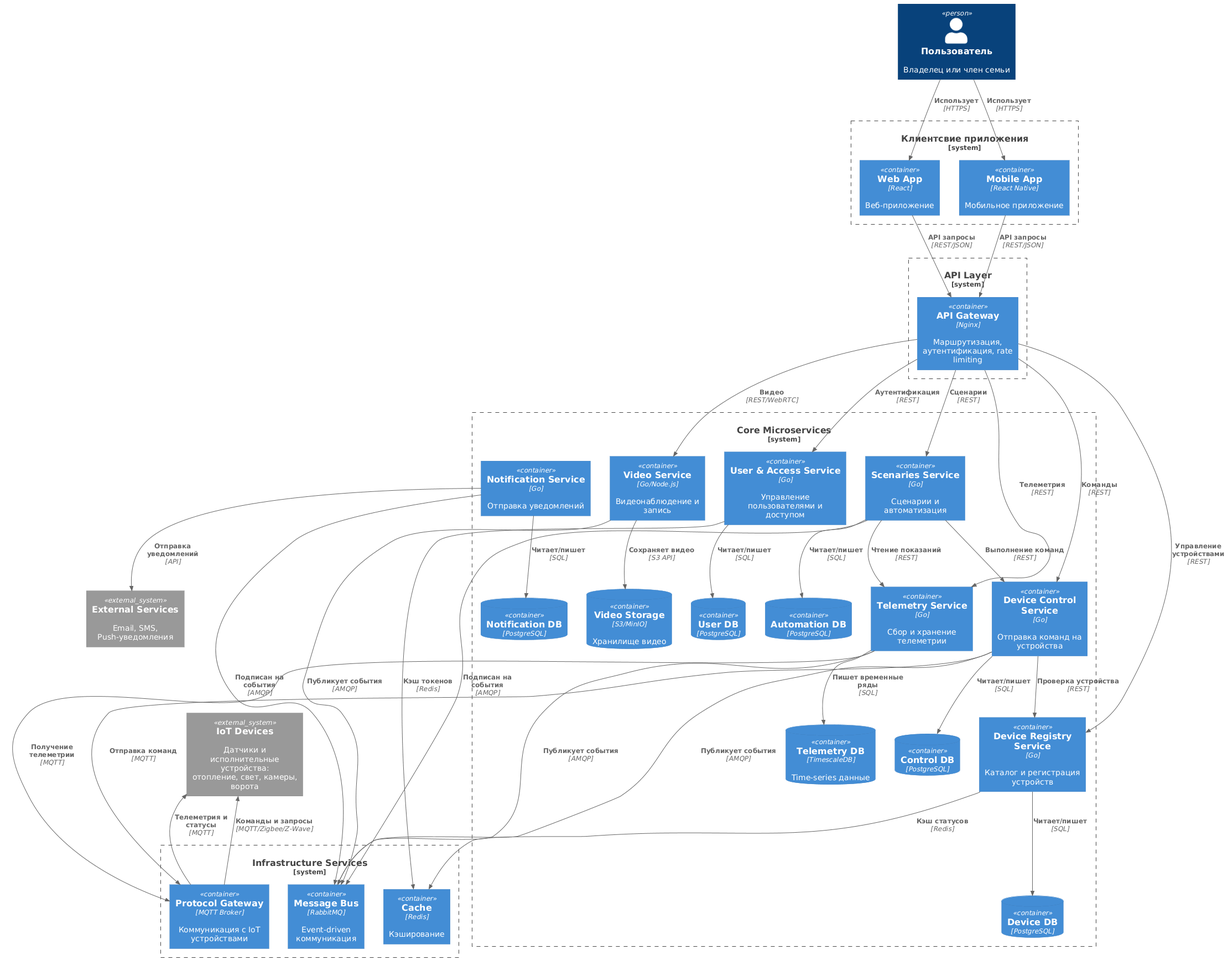
Earlier version of the PlantUML export schemas/to_be/img/container.png (Vrg26/pro-warmhouse).
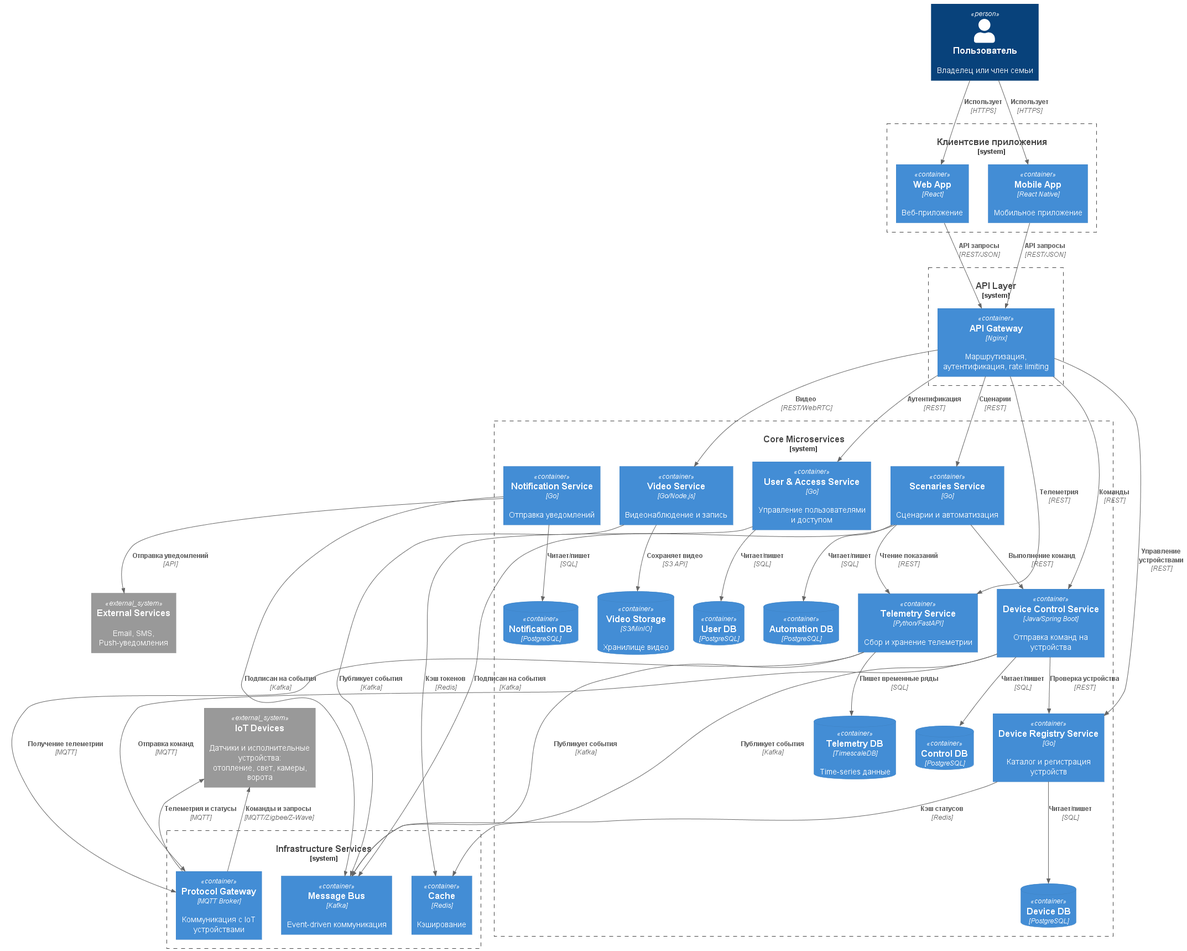
After the commit.

The edit, as a diff of the source:
```diff
@@ -1,6 +1,5 @@
 @startuml
-!includeurl https://raw.githubusercontent.com/plantuml-stdlib/C4-PlantUML/master/C4_Container.puml
-
+!includeurl ../C4-lib/c4_Container.puml
 
 Person(user, "Пользователь", "Владелец или член семьи")
 
@@ -20,10 +19,10 @@
     Container(deviceRegistry, "Device Registry Service", "Go", "Каталог и регистрация устройств")
     ContainerDb(deviceDb, "Device DB", "PostgreSQL", "")
 
-    Container(deviceControl, "Device Control Service", "Go", "Отправка команд на устройства")
+    Container(deviceControl, "Device Control Service", "Java/Spring Boot", "Отправка команд на устройства")
     ContainerDb(controlDb, "Control DB", "PostgreSQL", "")
 
-    Container(telemetryService, "Telemetry Service", "Go", "Сбор и хранение телеметрии")
+    Container(telemetryService, "Telemetry Service", "Python/FastAPI", "Сбор и хранение телеметрии")
     ContainerDb(telemetryDb, "Telemetry DB", "TimescaleDB", "Time-series данные")
 
     Container(automationService, "Scenaries Service", "Go", "Сценарии и автоматизация")
@@ -38,7 +37,7 @@
 
 System_Boundary(infrastructure, "Infrastructure Services") {
     Container(protocolGateway, "Protocol Gateway", "MQTT Broker", "Коммуникация с IoT устройствами")
-    Container(messageBus, "Message Bus", "RabbitMQ", "Event-driven коммуникация")
+    Container(messageBus, "Message Bus", "Kafka", "Event-driven коммуникация")
     Container(cache, "Cache", "Redis", "Кэширование")
 }
 
@@ -75,14 +74,15 @@
 Rel(userService, cache, "Кэш токенов", "Redis")
 Rel(deviceRegistry, cache, "Кэш статусов", "Redis")
 
-Rel(deviceControl, messageBus, "Публикует события", "AMQP")
-Rel(telemetryService, messageBus, "Публикует события", "AMQP")
-Rel(videoService, messageBus, "Публикует события", "AMQP")
-Rel(automationService, messageBus, "Подписан на события", "AMQP")
-Rel(notificationService, messageBus, "Подписан на события", "AMQP")
+Rel(deviceControl, messageBus, "Публикует события", "Kafka")
+Rel(telemetryService, messageBus, "Публикует события", "Kafka")
+Rel(videoService, messageBus, "Публикует события", "Kafka")
+Rel(automationService, messageBus, "Подписан на события", "Kafka")
+Rel(notificationService, messageBus, "Подписан на события", "Kafka")
 
 Rel(protocolGateway, iotDevices, "Команды и запросы", "MQTT/Zigbee/Z-Wave")
 Rel_Back(iotDevices, protocolGateway, "Телеметрия и статусы", "MQTT")
 
 Rel(notificationService, externalServices, "Отправка уведомлений", "API")
+
 @enduml
```
